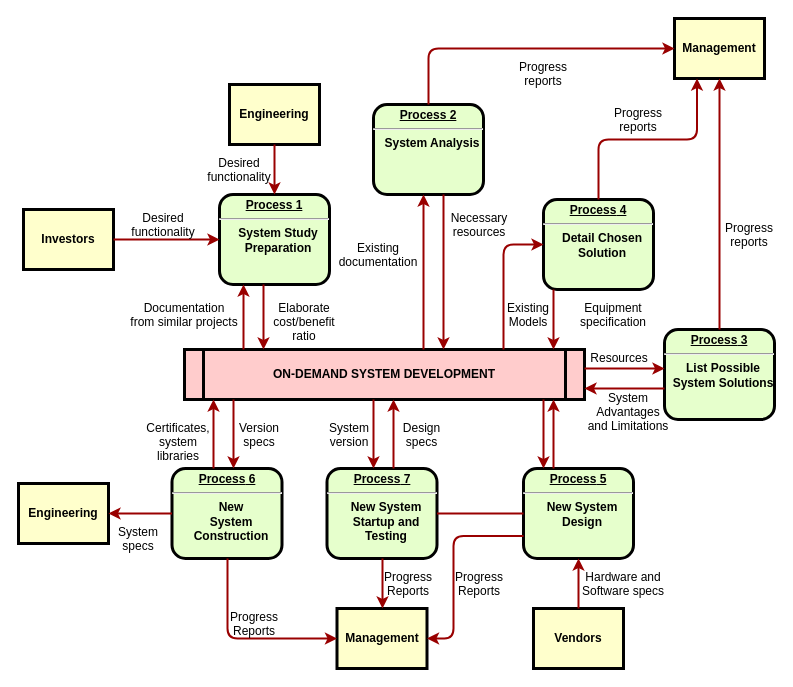
The draw.io diagram Untitled Diagram.drawio in x-chip/x-chip.github.io, before the edit. Source tidied: cells renumbered, new cells numbered last; positions are measured from the earlier drawing's top-left corner, leaving out a move shared by most shapes. Both pictures are drawn from the tidied source at 100%, with x=0, y=0 at pixel (18, 18).
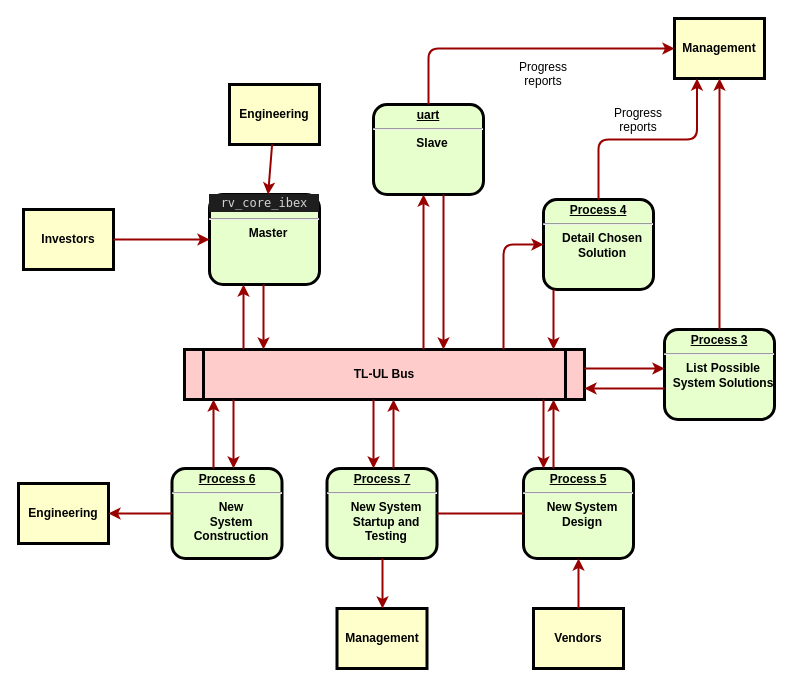
The same page after the edit.

The change refers to these unchanged cells:
```xml
<mxCell id="9" value="&lt;p style=&quot;margin: 0px; margin-top: 4px; text-align: center; text-decoration: underline;&quot;&gt;&lt;strong&gt;&lt;strong&gt;Process&lt;/strong&gt; 5&lt;br /&gt;&lt;/strong&gt;&lt;/p&gt;&lt;hr /&gt;&lt;p style=&quot;margin: 0px; margin-left: 8px;&quot;&gt;New System&lt;/p&gt;&lt;p style=&quot;margin: 0px; margin-left: 8px;&quot;&gt;Design&lt;/p&gt;" style="verticalAlign=middle;align=center;overflow=fill;fontSize=12;fontFamily=Helvetica;html=1;rounded=1;fontStyle=1;strokeWidth=3;fillColor=#E6FFCC;" parent="1" vertex="1">
  <mxGeometry x="505" y="450" width="110" height="90" as="geometry" />
</mxCell>
<mxCell id="10" value="&lt;p style=&quot;margin: 0px; margin-top: 4px; text-align: center; text-decoration: underline;&quot;&gt;&lt;strong&gt;&lt;strong&gt;Process&lt;/strong&gt; 6&lt;br /&gt;&lt;/strong&gt;&lt;/p&gt;&lt;hr /&gt;&lt;p style=&quot;margin: 0px; margin-left: 8px;&quot;&gt;New&lt;/p&gt;&lt;p style=&quot;margin: 0px; margin-left: 8px;&quot;&gt;System&lt;/p&gt;&lt;p style=&quot;margin: 0px; margin-left: 8px;&quot;&gt;Construction&lt;/p&gt;" style="verticalAlign=middle;align=center;overflow=fill;fontSize=12;fontFamily=Helvetica;html=1;rounded=1;fontStyle=1;strokeWidth=3;fillColor=#E6FFCC;" parent="1" vertex="1">
  <mxGeometry x="153.5" y="450" width="110" height="90" as="geometry" />
</mxCell>
<mxCell id="12" value="Management" style="whiteSpace=wrap;align=center;verticalAlign=middle;fontStyle=1;strokeWidth=3;fillColor=#FFFFCC;" parent="1" vertex="1">
  <mxGeometry x="318.5" y="590" width="90" height="60" as="geometry" />
</mxCell>
```

The edit, as a diff of the source:
```diff
@@
-    <mxCell id="2" value="&lt;p style=&quot;margin: 0px; margin-top: 4px; text-align: center; text-decoration: underline;&quot;&gt;&lt;strong&gt;Process 1&lt;br /&gt;&lt;/strong&gt;&lt;/p&gt;&lt;hr /&gt;&lt;p style=&quot;margin: 0px; margin-left: 8px;&quot;&gt;System Study&lt;/p&gt;&lt;p style=&quot;margin: 0px; margin-left: 8px;&quot;&gt;Preparation&lt;/p&gt;" style="verticalAlign=middle;align=center;overflow=fill;fontSize=12;fontFamily=Helvetica;html=1;rounded=1;fontStyle=1;strokeWidth=3;fillColor=#E6FFCC;" parent="1" vertex="1">
-      <mxGeometry x="201" y="176" width="110" height="90" as="geometry" />
+    <mxCell id="2" value="&lt;div style=&quot;color: rgb(212 , 212 , 212) ; background-color: rgb(30 , 30 , 30) ; font-family: &amp;#34;menlo&amp;#34; , &amp;#34;monaco&amp;#34; , &amp;#34;courier new&amp;#34; , monospace ; font-weight: normal ; line-height: 18px&quot;&gt;rv_core_ibex&lt;/div&gt;&lt;hr&gt;&lt;p style=&quot;margin: 0px ; margin-left: 8px&quot;&gt;Master&lt;/p&gt;" style="verticalAlign=middle;align=center;overflow=fill;fontSize=12;fontFamily=Helvetica;html=1;rounded=1;fontStyle=1;strokeWidth=3;fillColor=#E6FFCC;" parent="1" vertex="1">
+      <mxGeometry x="191" y="176" width="110" height="90" as="geometry" />
     </mxCell>
@@
-    <mxCell id="5" value="ON-DEMAND SYSTEM DEVELOPMENT" style="shape=process;whiteSpace=wrap;align=center;verticalAlign=middle;size=0.0475;fontStyle=1;strokeWidth=3;fillColor=#FFCCCC;" parent="1" vertex="1">
+    <mxCell id="5" value="TL-UL Bus" style="shape=process;whiteSpace=wrap;align=center;verticalAlign=middle;size=0.0475;fontStyle=1;strokeWidth=3;fillColor=#FFCCCC;" parent="1" vertex="1">
       <mxGeometry x="166" y="331" width="400" height="50" as="geometry" />
     </mxCell>
-    <mxCell id="6" value="&lt;p style=&quot;margin: 0px; margin-top: 4px; text-align: center; text-decoration: underline;&quot;&gt;&lt;strong&gt;Process 2&lt;br /&gt;&lt;/strong&gt;&lt;/p&gt;&lt;hr /&gt;&lt;p style=&quot;margin: 0px; margin-left: 8px;&quot;&gt;System Analysis&lt;/p&gt;" style="verticalAlign=middle;align=center;overflow=fill;fontSize=12;fontFamily=Helvetica;html=1;rounded=1;fontStyle=1;strokeWidth=3;fillColor=#E6FFCC;" parent="1" vertex="1">
+    <mxCell id="6" value="&lt;p style=&quot;margin: 0px ; margin-top: 4px ; text-align: center ; text-decoration: underline&quot;&gt;&lt;strong&gt;uart&lt;br&gt;&lt;/strong&gt;&lt;/p&gt;&lt;hr&gt;&lt;p style=&quot;margin: 0px ; margin-left: 8px&quot;&gt;Slave&lt;/p&gt;" style="verticalAlign=middle;align=center;overflow=fill;fontSize=12;fontFamily=Helvetica;html=1;rounded=1;fontStyle=1;strokeWidth=3;fillColor=#E6FFCC;" parent="1" vertex="1">
       <mxGeometry x="355" y="86" width="110" height="90" as="geometry" />
     </mxCell>
@@
-    <mxCell id="19" value="Desired &#10;functionality" style="text;spacingTop=-5;align=center;" parent="1" vertex="1">
-      <mxGeometry x="130" y="191" width="30" height="20" as="geometry" />
-    </mxCell>
-    <mxCell id="20" value="Desired &#10;functionality" style="text;spacingTop=-5;align=center;" parent="1" vertex="1">
-      <mxGeometry x="206" y="136" width="30" height="20" as="geometry" />
-    </mxCell>
-    <mxCell id="21" value="Documentation&#10;from similar projects" style="text;spacingTop=-5;align=center;" parent="1" vertex="1">
-      <mxGeometry x="151" y="281" width="30" height="20" as="geometry" />
-    </mxCell>
@@
-    <mxCell id="24" value="Elaborate&#10;cost/benefit&#10;ratio" style="text;spacingTop=-5;align=center;" parent="1" vertex="1">
-      <mxGeometry x="271" y="281" width="30" height="20" as="geometry" />
-    </mxCell>
@@
-    <mxCell id="27" value="Existing&#10;documentation" style="text;spacingTop=-5;align=center;" parent="1" vertex="1">
-      <mxGeometry x="345" y="221" width="30" height="20" as="geometry" />
-    </mxCell>
-    <mxCell id="28" value="Necessary&#10;resources" style="text;spacingTop=-5;align=center;" parent="1" vertex="1">
-      <mxGeometry x="446" y="191" width="30" height="20" as="geometry" />
-    </mxCell>
@@
-    <mxCell id="31" value="Progress&#10;reports" style="text;spacingTop=-5;align=center;" parent="1" vertex="1">
-      <mxGeometry x="716" y="201" width="30" height="20" as="geometry" />
-    </mxCell>
@@
-    <mxCell id="37" value="Existing&#10;Models" style="text;spacingTop=-5;align=center;" parent="1" vertex="1">
-      <mxGeometry x="495" y="281" width="30" height="20" as="geometry" />
-    </mxCell>
-    <mxCell id="38" value="Equipment&#10;specification" style="text;spacingTop=-5;align=center;" parent="1" vertex="1">
-      <mxGeometry x="580" y="281" width="30" height="20" as="geometry" />
-    </mxCell>
@@
-    <mxCell id="41" value="Resources" style="text;spacingTop=-5;align=center;" parent="1" vertex="1">
-      <mxGeometry x="586" y="331" width="30" height="20" as="geometry" />
-    </mxCell>
-    <mxCell id="42" value="System &#10;Advantages &#10;and Limitations" style="text;spacingTop=-5;align=center;" parent="1" vertex="1">
-      <mxGeometry x="595" y="371" width="30" height="20" as="geometry" />
-    </mxCell>
@@
-    <mxCell id="46" value="Hardware and&#10;Software specs" style="text;spacingTop=-5;align=center;" parent="1" vertex="1">
-      <mxGeometry x="590" y="550" width="30" height="20" as="geometry" />
-    </mxCell>
-    <mxCell id="47" style="edgeStyle=elbowEdgeStyle;elbow=horizontal;exitX=0;exitY=0.75;strokeColor=#990000;strokeWidth=2;" parent="1" edge="1" source="9" target="12">
-      <mxGeometry relative="1" as="geometry">
-        <Array as="points">
-          <mxPoint x="435" y="570" />
-        </Array>
-      </mxGeometry>
-    </mxCell>
-    <mxCell id="48" value="Progress&#10;Reports" style="text;spacingTop=-5;align=center;" parent="1" vertex="1">
-      <mxGeometry x="446" y="550" width="30" height="20" as="geometry" />
-    </mxCell>
@@
-    <mxCell id="50" value="Progress&#10;Reports" style="text;spacingTop=-5;align=center;" parent="1" vertex="1">
-      <mxGeometry x="375" y="550" width="30" height="20" as="geometry" />
-    </mxCell>
-    <mxCell id="51" style="edgeStyle=elbowEdgeStyle;elbow=horizontal;strokeColor=#990000;strokeWidth=2;" parent="1" edge="1" source="10" target="12">
-      <mxGeometry relative="1" as="geometry">
-        <Array as="points">
-          <mxPoint x="209" y="570" />
-        </Array>
-      </mxGeometry>
-    </mxCell>
-    <mxCell id="52" value="Progress&#10;Reports" style="text;spacingTop=-5;align=center;" parent="1" vertex="1">
-      <mxGeometry x="221" y="590" width="30" height="20" as="geometry" />
-    </mxCell>
@@
-    <mxCell id="56" value="Version&#10;specs" style="text;spacingTop=-5;align=center;" parent="1" vertex="1">
-      <mxGeometry x="226" y="401" width="30" height="20" as="geometry" />
-    </mxCell>
-    <mxCell id="57" value="Certificates,&#10;system&#10;libraries" style="text;spacingTop=-5;align=center;" parent="1" vertex="1">
-      <mxGeometry x="145" y="401" width="30" height="20" as="geometry" />
-    </mxCell>
@@
-    <mxCell id="60" value="System&#10;specs" style="text;spacingTop=-5;align=center;" parent="1" vertex="1">
-      <mxGeometry x="105" y="505" width="30" height="20" as="geometry" />
-    </mxCell>
-    <mxCell id="61" value="Design&#10;specs" style="text;spacingTop=-5;align=center;" parent="1" vertex="1">
-      <mxGeometry x="388.5" y="401" width="30" height="20" as="geometry" />
-    </mxCell>
-    <mxCell id="62" value="System&#10;version" style="text;spacingTop=-5;align=center;" parent="1" vertex="1">
-      <mxGeometry x="316" y="401" width="30" height="20" as="geometry" />
-    </mxCell>
```
